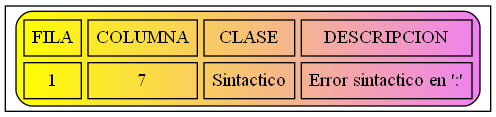
Earlier version of the Graphviz export Errores.png (JoseMore99/OLC2_P1_201701015). Its source is kept beside it as Errores.dot. Source of this version:
```dot
digraph G{
node [shape=record];
a0 [label=<<TABLE border="1" cellspacing="5" cellpadding="5" style="rounded" bgcolor="yellow:violet">
"<TR><TD>FILA</TD><TD>COLUMNA</TD><TD>CLASE</TD><TD>DESCRIPCION</TD></TR>
<TR><TD>1</TD><TD>7</TD><TD>Sintactico</TD><TD>Error sintactico en ':'</TD></TR>
</TABLE>>];
}
```
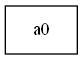
After the change.

The edit, as a diff of the source:
```diff
@@ -2,6 +2,7 @@
 node [shape=record];
 a0 [label=<<TABLE border="1" cellspacing="5" cellpadding="5" style="rounded" bgcolor="yellow:violet">
 "<TR><TD>FILA</TD><TD>COLUMNA</TD><TD>CLASE</TD><TD>DESCRIPCION</TD></TR>
-<TR><TD>1</TD><TD>7</TD><TD>Sintactico</TD><TD>Error sintactico en ':'</TD></TR>
+<TR><TD>13</TD><TD>58</TD><TD>Sintactico</TD><TD>Error sintactico en '&'</TD></TR>
+<TR><TD>15</TD><TD>88</TD><TD>Sintactico</TD><TD>Error sintactico en '\}'</TD></TR>
 </TABLE>>];
 }
```
